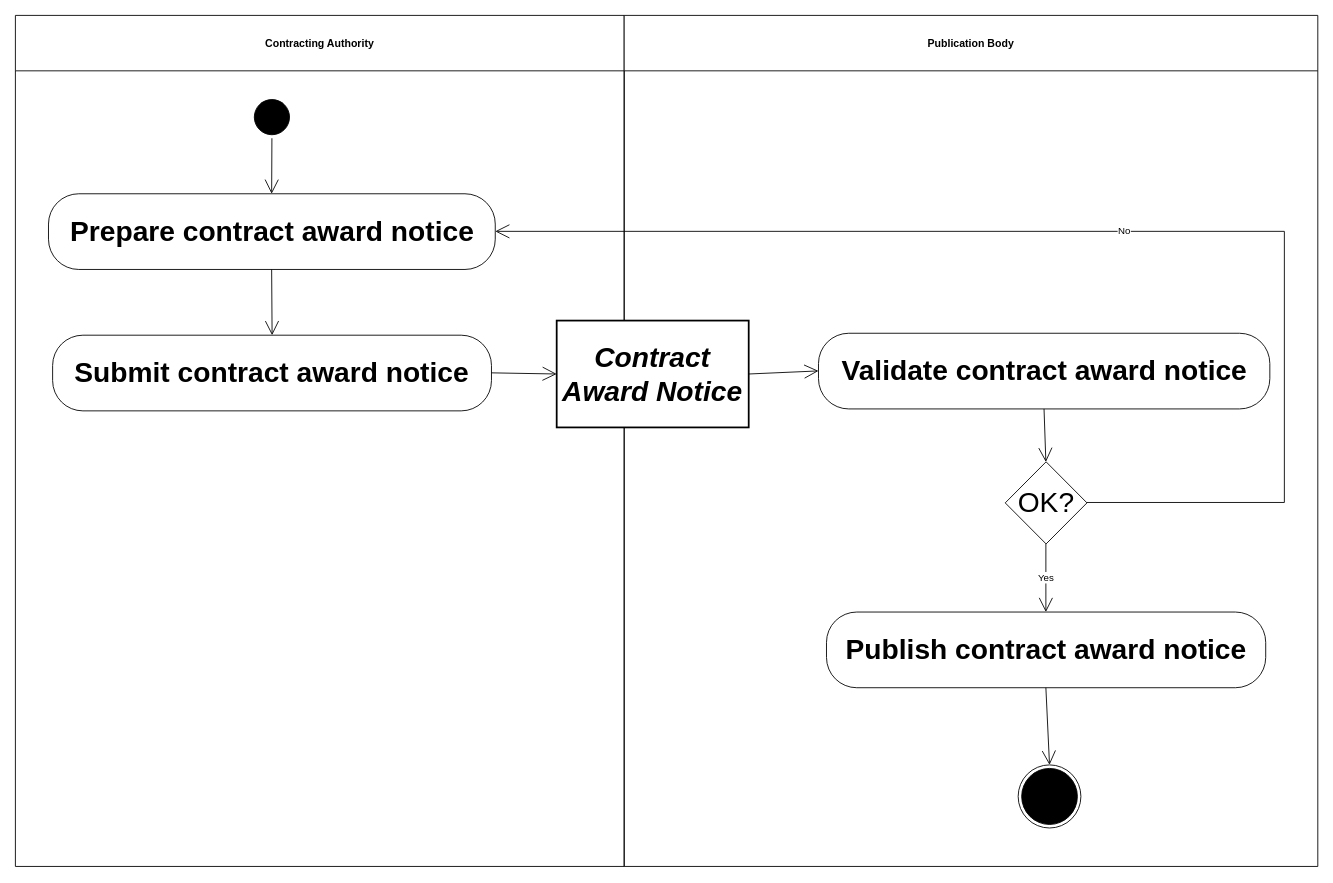
Above: diagrams/UBL-2.2-Tender-AwardPublication/UBL-2.2-Tender-AwardPublication.drawio in kduvekot/ubl-work-on-svg-images (draw.io), before the change. Source tidied: cells renumbered, new cells numbered last; positions are measured from the earlier drawing's top-left corner, leaving out a move shared by most shapes. Both pictures are drawn from the tidied source at 88%, with x=0, y=0 at pixel (15, 15).
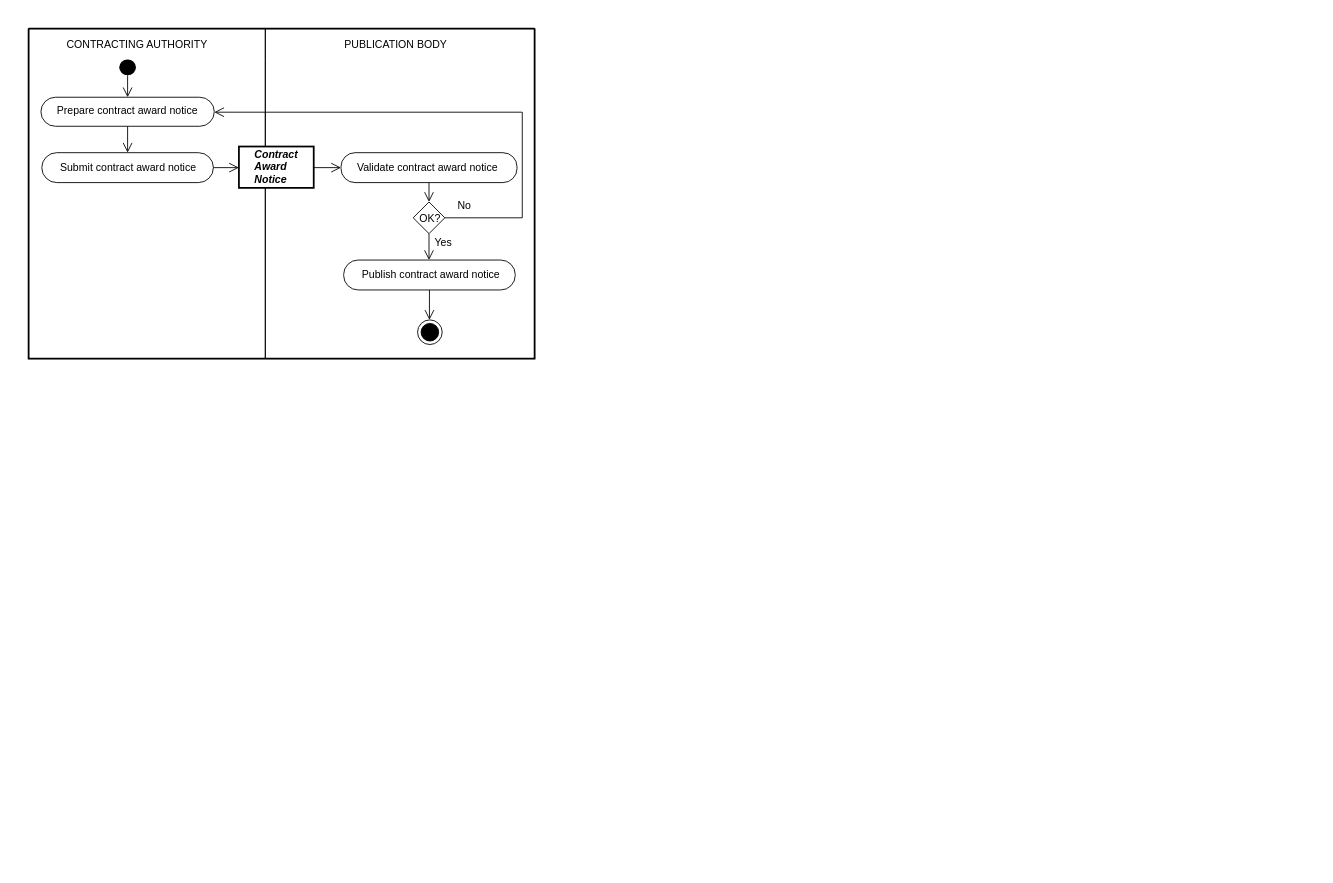
The same page after the edit.

What changed in the source:
```diff
@@
+    <mxCell id="20" style="swimlane;html=1;startSize=0;whiteSpace=wrap;fillColor=none;strokeWidth=2;" parent="1" vertex="1">
+      <mxGeometry x="15" y="15" width="575" height="375" as="geometry" />
+    </mxCell>
-    <mxCell id="2" value="Contracting Authority" style="swimlane;whiteSpace=wrap;html=1;startSize=63;" parent="1" vertex="1">
-      <mxGeometry width="691.8" height="967.1" as="geometry" />
+    <mxCell id="2" value="CONTRACTING AUTHORITY" style="swimlane;horizontal=1;startSize=36;swimlaneLine=0;html=1;fillColor=none;fontSize=12;fontStyle=0;spacing=0;spacingRight=23;" parent="20" vertex="1">
+      <mxGeometry width="269" height="375" as="geometry" />
     </mxCell>
-    <mxCell id="3" value="Publication Body" style="swimlane;whiteSpace=wrap;html=1;startSize=63;" parent="1" vertex="1">
-      <mxGeometry x="691.8" width="788.2" height="967.1" as="geometry" />
+    <mxCell id="3" value="PUBLICATION BODY" style="swimlane;horizontal=1;startSize=36;swimlaneLine=0;html=1;fillColor=none;fontSize=12;fontStyle=0;spacing=0;spacingRight=11;" parent="20" vertex="1">
+      <mxGeometry x="269" width="306" height="375" as="geometry" />
     </mxCell>
-    <mxCell id="4" style="ellipse;html=1;shape=startState;fillColor=#000000;strokeColor=#000000;fontFamily=Helvetica;fontSize=32;" parent="1" vertex="1">
-      <mxGeometry x="267.5" y="91.6" width="48" height="48" as="geometry" />
+    <mxCell id="4" style="ellipse;shape=startState;fillColor=#000000;strokeColor=none;html=1;" parent="2" vertex="1">
+      <mxGeometry x="99" y="31" width="27" height="26" as="geometry" />
     </mxCell>
-    <mxCell id="5" value="Prepare contract award notice" style="rounded=1;arcSize=40;whiteSpace=wrap;html=1;fontStyle=1;fontFamily=Helvetica;fontSize=32;" parent="1" vertex="1">
-      <mxGeometry x="37.6" y="202.7" width="507.7" height="86" as="geometry" />
+    <mxCell id="5" value="Prepare contract award notice" style="rounded=1;absoluteArcSize=1;arcSize=33;html=1;whiteSpace=nowrap;fontSize=12;fontStyle=0;align=center;verticalAlign=middle;spacing=0;spacingRight=2;spacingBottom=1;" parent="2" vertex="1">
+      <mxGeometry x="14" y="78" width="197" height="33" as="geometry" />
     </mxCell>
-    <mxCell id="6" value="Contract Award Notice" style="rounded=0;whiteSpace=wrap;html=1;fontStyle=3;strokeWidth=2;fontFamily=Helvetica;fontSize=32;" parent="1" vertex="1">
-      <mxGeometry x="615.1" y="346.8" width="218.2" height="121.4" as="geometry" />
+    <mxCell id="6" value="Contract&lt;br&gt;Award&lt;br&gt;Notice" style="rounded=0;html=1;whiteSpace=nowrap;fontSize=12;fontStyle=3;align=left;verticalAlign=middle;spacing=0;spacingLeft=18;spacingBottom=2;strokeWidth=2;" parent="3" vertex="1">
+      <mxGeometry x="-30" y="134" width="85" height="47" as="geometry" />
     </mxCell>
-    <mxCell id="7" value="Validate contract award notice" style="rounded=1;arcSize=40;whiteSpace=wrap;html=1;fontStyle=1;fontFamily=Helvetica;fontSize=32;" parent="1" vertex="1">
-      <mxGeometry x="912.6" y="361.2" width="512.9" height="86" as="geometry" />
+    <mxCell id="7" value="Validate contract award notice" style="rounded=1;absoluteArcSize=1;arcSize=32;html=1;whiteSpace=nowrap;fontSize=12;fontStyle=0;align=center;verticalAlign=middle;spacing=0;spacingRight=5;spacingBottom=1;" parent="3" vertex="1">
+      <mxGeometry x="86" y="141" width="200" height="34" as="geometry" />
     </mxCell>
-    <mxCell id="8" value="Submit contract award notice" style="rounded=1;arcSize=40;whiteSpace=wrap;html=1;fontStyle=1;fontFamily=Helvetica;fontSize=32;" parent="1" vertex="1">
-      <mxGeometry x="42.3" y="363.4" width="498.7" height="86" as="geometry" />
+    <mxCell id="8" value="Submit contract award notice" style="rounded=1;absoluteArcSize=1;arcSize=34;html=1;whiteSpace=nowrap;fontSize=12;fontStyle=0;align=center;verticalAlign=middle;spacing=0;spacingBottom=1;" parent="2" vertex="1">
+      <mxGeometry x="15" y="141" width="195" height="34" as="geometry" />
     </mxCell>
-    <mxCell id="9" value="OK?" style="rhombus;whiteSpace=wrap;html=1;fontFamily=Helvetica;fontSize=32;" parent="1" vertex="1">
-      <mxGeometry x="1124.8" y="507.3" width="92.9" height="93.3" as="geometry" />
+    <mxCell id="9" value="OK?" style="rhombus;html=1;whiteSpace=nowrap;fontSize=12;fontStyle=0;align=center;verticalAlign=middle;spacing=0;spacingLeft=1;spacingTop=1;" parent="3" vertex="1">
+      <mxGeometry x="168" y="197" width="36" height="36" as="geometry" />
     </mxCell>
-    <mxCell id="10" value="Publish contract award notice" style="rounded=1;arcSize=40;whiteSpace=wrap;html=1;fontStyle=1;fontFamily=Helvetica;fontSize=32;" parent="1" vertex="1">
-      <mxGeometry x="921.7" y="678" width="499.1" height="86" as="geometry" />
+    <mxCell id="10" value="Publish contract award notice" style="rounded=1;absoluteArcSize=1;arcSize=33;html=1;whiteSpace=nowrap;fontSize=12;fontStyle=0;align=center;verticalAlign=middle;spacing=0;spacingLeft=2;spacingBottom=1;" parent="3" vertex="1">
+      <mxGeometry x="89" y="263" width="195" height="34" as="geometry" />
     </mxCell>
-    <mxCell id="11" style="ellipse;html=1;shape=endState;fillColor=#000000;strokeColor=#000000;fontFamily=Helvetica;fontSize=32;" parent="1" vertex="1">
-      <mxGeometry x="1139.5" y="851.7" width="71.3" height="71.7" as="geometry" />
+    <mxCell id="11" style="ellipse;shape=endState;fillColor=#000000;html=1;" parent="3" vertex="1">
+      <mxGeometry x="173" y="331" width="28" height="28" as="geometry" />
     </mxCell>
-    <mxCell id="12" style="edgeStyle=none;rounded=0;html=1;endArrow=open;endFill=0;endSize=14;exitX=0.4937;exitY=1.0;entryX=0.4995;entryY=0.0;" parent="1" edge="1" source="4" target="5">
+    <mxCell id="12" style="edgeStyle=none;rounded=0;html=1;endArrow=open;endFill=0;endSize=9;exitPerimeter=0;entryX=0.5;entryY=0;entryPerimeter=0;exitX=0.5;exitY=0.8502;" parent="2" edge="1" source="4" target="5">
       <mxGeometry relative="1" as="geometry" />
     </mxCell>
-    <mxCell id="13" value="No" style="edgeStyle=orthogonalEdgeStyle;rounded=0;html=1;endArrow=open;endFill=0;endSize=14;exitX=1.0;exitY=0.4952;entryX=1.0;entryY=0.4965;" parent="1" edge="1" source="9" target="5">
-      <mxGeometry relative="1" as="geometry">
+    <mxCell id="13" value="No" style="edgeStyle=orthogonalEdgeStyle;rounded=0;html=1;endArrow=open;endFill=0;endSize=9;exitPerimeter=0;entryPerimeter=0;fontSize=12;fontStyle=0;align=center;verticalAlign=middle;labelBackgroundColor=none;exitX=1;exitY=0.5;entryX=1;entryY=0.515152;" parent="20" edge="1" source="9" target="5">
+      <mxGeometry x="-0.92" relative="1" as="geometry">
         <Array as="points">
-          <mxPoint x="1442" y="553.5" />
-          <mxPoint x="1442" y="245.4" />
+          <mxPoint x="561" y="215" />
+          <mxPoint x="561" y="95" />
         </Array>
+        <mxPoint y="-13" as="offset" />
       </mxGeometry>
     </mxCell>
-    <mxCell id="14" style="edgeStyle=none;rounded=0;html=1;endArrow=open;endFill=0;endSize=14;exitX=0.4995;exitY=1.0;entryX=0.5001;entryY=0.0;" parent="1" edge="1" source="5" target="8">
+    <mxCell id="14" style="edgeStyle=none;rounded=0;html=1;endArrow=open;endFill=0;endSize=9;exitX=0.5;exitY=1;exitPerimeter=0;entryX=0.5;entryY=0;entryPerimeter=0;" parent="2" edge="1" source="5" target="8">
       <mxGeometry relative="1" as="geometry" />
     </mxCell>
-    <mxCell id="15" style="edgeStyle=none;rounded=0;html=1;endArrow=open;endFill=0;endSize=14;exitX=1.0;exitY=0.5;entryX=0.0;entryY=0.4977;" parent="1" edge="1" source="6" target="7">
+    <mxCell id="15" style="edgeStyle=none;rounded=0;html=1;endArrow=open;endFill=0;endSize=9;exitPerimeter=0;entryX=0;entryY=0.5;entryPerimeter=0;exitX=1;exitY=0.510638;" parent="3" edge="1" source="6" target="7">
       <mxGeometry relative="1" as="geometry" />
     </mxCell>
-    <mxCell id="16" style="edgeStyle=none;rounded=0;html=1;endArrow=open;endFill=0;endSize=14;exitX=1.0;exitY=0.4977;entryX=0.0;entryY=0.5;" parent="1" edge="1" source="8" target="6">
+    <mxCell id="16" style="edgeStyle=none;rounded=0;html=1;endArrow=open;endFill=0;endSize=9;exitX=1;exitY=0.5;exitPerimeter=0;entryPerimeter=0;entryX=0;entryY=0.510638;" parent="20" edge="1" source="8" target="6">
       <mxGeometry relative="1" as="geometry" />
     </mxCell>
-    <mxCell id="17" style="edgeStyle=none;rounded=0;html=1;endArrow=open;endFill=0;endSize=14;exitX=0.4997;exitY=1.0;entryX=0.4973;entryY=0.0;" parent="1" edge="1" source="7" target="9">
+    <mxCell id="17" style="edgeStyle=none;rounded=0;html=1;endArrow=open;endFill=0;endSize=9;exitX=0.5;exitY=1;exitPerimeter=0;entryX=0.5;entryY=0;entryPerimeter=0;" parent="3" edge="1" source="7" target="9">
       <mxGeometry relative="1" as="geometry" />
     </mxCell>
-    <mxCell id="18" value="Yes" style="edgeStyle=none;rounded=0;html=1;endArrow=open;endFill=0;endSize=14;exitX=0.4973;exitY=1.0;entryX=0.4995;entryY=0.0;" parent="1" edge="1" source="9" target="10">
-      <mxGeometry relative="1" as="geometry" />
+    <mxCell id="18" value="Yes" style="edgeStyle=none;rounded=0;html=1;endArrow=open;endFill=0;endSize=9;exitX=0.5;exitY=1;exitPerimeter=0;entryPerimeter=0;fontSize=12;fontStyle=0;align=center;verticalAlign=middle;labelBackgroundColor=none;entryX=0.497436;entryY=0;" parent="3" edge="1" source="9" target="10">
+      <mxGeometry x="-0.36" relative="1" as="geometry">
+        <mxPoint x="16" as="offset" />
+      </mxGeometry>
     </mxCell>
-    <mxCell id="19" style="edgeStyle=none;rounded=0;html=1;endArrow=open;endFill=0;endSize=14;exitX=0.4995;exitY=1.0;entryX=0.4909;entryY=0.0;" parent="1" edge="1" source="10" target="11">
+    <mxCell id="19" style="edgeStyle=none;rounded=0;html=1;endArrow=open;endFill=0;endSize=9;exitX=0.5;exitY=1;exitPerimeter=0;entryPerimeter=0;entryX=0.482143;entryY=0;" parent="3" edge="1" source="10" target="11">
       <mxGeometry relative="1" as="geometry" />
     </mxCell>
```
